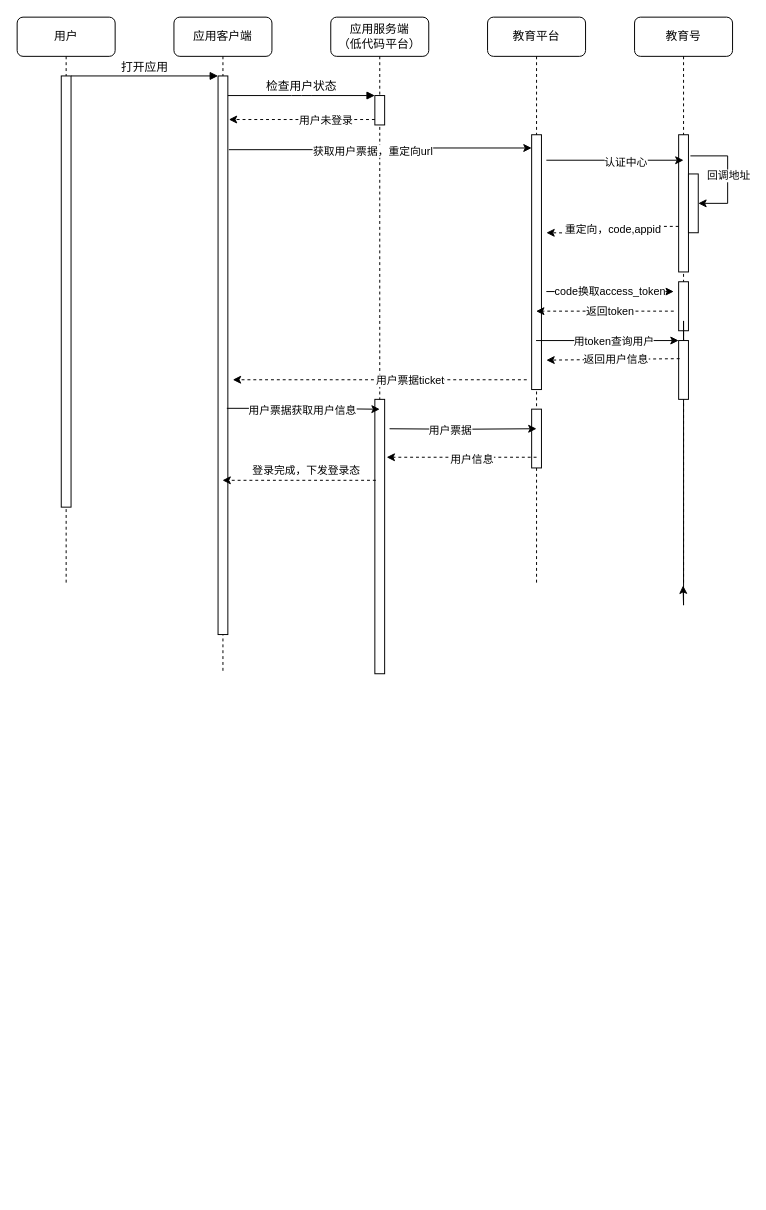
This is 低代码应用单点登录流程.drawio from liangdengming/diagrams, a draw.io file, before an edit. Source tidied: cells renumbered, new cells numbered last; positions are measured from the earlier drawing's top-left corner, leaving out a move shared by most shapes. Both pictures are drawn from the tidied source at 98%, with x=0, y=0 at pixel (17, 17).
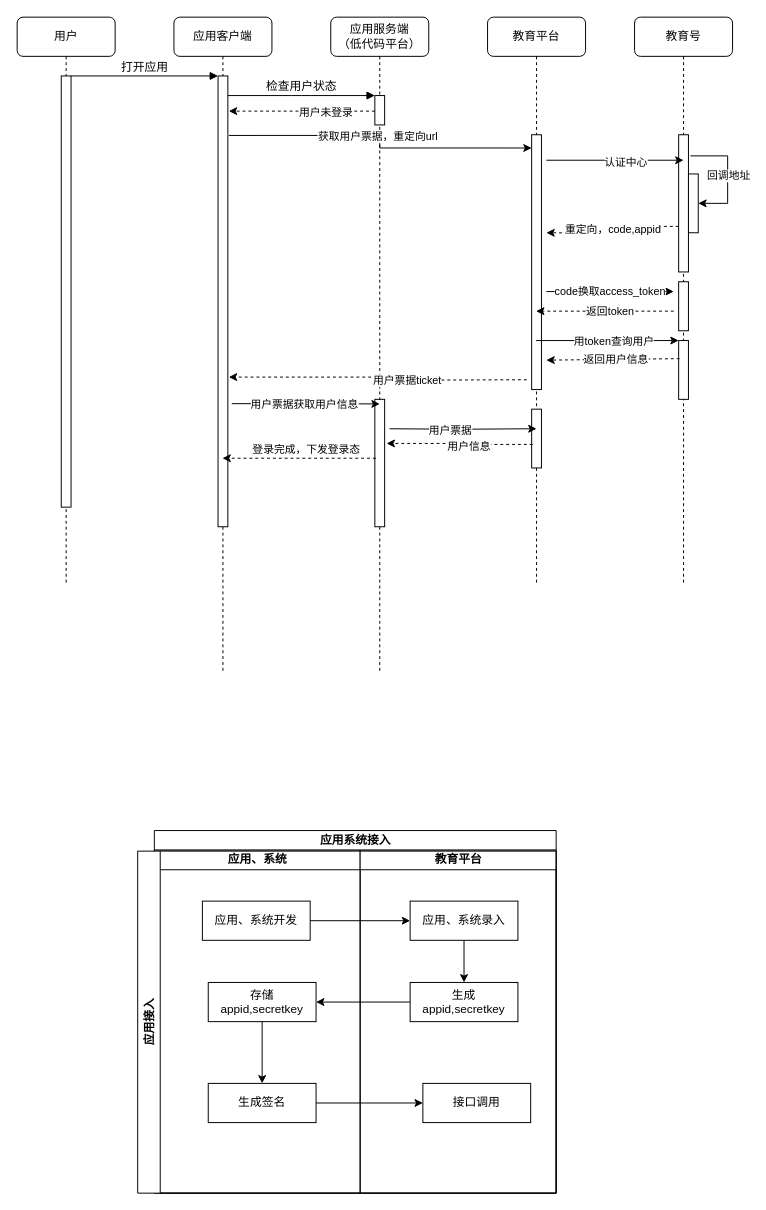
Above is the later version.

Commit message:
更新低代码应用单点登录流程.drawio

Unchanged cells that the change refers to:
```xml
<mxCell id="2" value="应用客户端" style="shape=umlLifeline;perimeter=lifelinePerimeter;whiteSpace=wrap;html=1;outlineConnect=0;rounded=1;shadow=0;comic=0;labelBackgroundColor=none;strokeWidth=1;fontFamily=Verdana;fontSize=12;align=center;" parent="1" vertex="1">
  <mxGeometry x="160" width="100" height="670" as="geometry" />
</mxCell>
<mxCell id="5" value="应用服务端&lt;br style=&quot;border-color: var(--border-color);&quot;&gt;（低代码平台）" style="shape=umlLifeline;perimeter=lifelinePerimeter;whiteSpace=wrap;html=1;outlineConnect=0;rounded=1;shadow=0;comic=0;labelBackgroundColor=none;strokeWidth=1;fontFamily=Verdana;fontSize=12;align=center;" parent="1" vertex="1">
  <mxGeometry x="320" width="100" height="670" as="geometry" />
</mxCell>
<mxCell id="13" style="html=1;points=[];perimeter=orthogonalPerimeter;rounded=0;shadow=0;comic=0;labelBackgroundColor=none;strokeWidth=1;fontFamily=Verdana;fontSize=12;align=center;" parent="10" vertex="1">
  <mxGeometry x="45" y="400" width="10" height="60" as="geometry" />
</mxCell>
<mxCell id="18" value="教育号" style="shape=umlLifeline;perimeter=lifelinePerimeter;whiteSpace=wrap;html=1;outlineConnect=0;rounded=1;shadow=0;comic=0;labelBackgroundColor=none;strokeWidth=1;fontFamily=Verdana;fontSize=12;align=center;" parent="1" vertex="1">
  <mxGeometry x="630" width="100" height="580" as="geometry" />
</mxCell>
<mxCell id="27" style="html=1;points=[];perimeter=orthogonalPerimeter;rounded=0;shadow=0;comic=0;labelBackgroundColor=none;strokeWidth=1;fontFamily=Verdana;fontSize=12;align=center;" parent="18" vertex="1">
  <mxGeometry x="45" y="330" width="10" height="60" as="geometry" />
</mxCell>
```

Diff of the diagram source:
```diff
@@
     <mxCell id="4" style="html=1;points=[];perimeter=orthogonalPerimeter;rounded=0;shadow=0;comic=0;labelBackgroundColor=none;strokeWidth=1;fontFamily=Verdana;fontSize=12;align=center;" parent="2" vertex="1">
-      <mxGeometry x="45" y="60" width="10" height="570" as="geometry" />
+      <mxGeometry x="45" y="60" width="10" height="460" as="geometry" />
     </mxCell>
@@
     <mxCell id="9" style="html=1;points=[];perimeter=orthogonalPerimeter;rounded=0;shadow=0;comic=0;labelBackgroundColor=none;strokeWidth=1;fontFamily=Verdana;fontSize=12;align=center;" parent="5" vertex="1">
-      <mxGeometry x="45" y="390" width="10" height="280" as="geometry" />
+      <mxGeometry x="45" y="390" width="10" height="130" as="geometry" />
     </mxCell>
@@
-    <mxCell id="26" style="edgeStyle=orthogonalEdgeStyle;rounded=0;jettySize=auto;html=1;" parent="18" edge="1" source="27" target="18">
-      <mxGeometry relative="1" as="geometry" />
-    </mxCell>
@@
-    <mxCell id="35" style="rounded=0;jettySize=auto;html=1;elbow=vertical;dashed=1;exitX=0.1;exitY=0.295;exitDx=0;exitDy=0;exitPerimeter=0;" parent="1" edge="1" source="9" target="2">
+    <mxCell id="35" style="rounded=0;jettySize=auto;html=1;elbow=vertical;dashed=1;exitX=0.1;exitY=0.462;exitDx=0;exitDy=0;exitPerimeter=0;" parent="1" edge="1" source="9" target="2">
       <mxGeometry relative="1" as="geometry" />
     </mxCell>
@@
-    <mxCell id="40" style="edgeStyle=orthogonalEdgeStyle;rounded=0;orthogonalLoop=1;jettySize=auto;html=1;dashed=1;" parent="1" edge="1">
+    <mxCell id="40" style="edgeStyle=orthogonalEdgeStyle;rounded=0;jettySize=auto;html=1;dashed=1;entryX=1.1;entryY=0.668;entryDx=0;entryDy=0;entryPerimeter=0;" parent="1" edge="1" target="4">
       <mxGeometry relative="1" as="geometry">
         <mxPoint x="520" y="370" as="sourcePoint" />
-        <mxPoint x="220" y="370" as="targetPoint" />
       </mxGeometry>
     </mxCell>
@@
-    <mxCell id="46" style="edgeStyle=orthogonalEdgeStyle;rounded=0;jettySize=auto;html=1;entryX=0.5;entryY=0.036;entryDx=0;entryDy=0;entryPerimeter=0;exitX=0.9;exitY=0.595;exitDx=0;exitDy=0;exitPerimeter=0;" parent="1" edge="1" source="4" target="9">
+    <mxCell id="46" style="edgeStyle=orthogonalEdgeStyle;rounded=0;jettySize=auto;html=1;entryX=0.5;entryY=0.036;entryDx=0;entryDy=0;entryPerimeter=0;exitX=1.4;exitY=0.727;exitDx=0;exitDy=0;exitPerimeter=0;" parent="1" edge="1" source="4" target="9">
       <mxGeometry relative="1" as="geometry" />
     </mxCell>
@@
-    <mxCell id="50" style="edgeStyle=orthogonalEdgeStyle;rounded=0;jettySize=auto;html=1;entryX=1.2;entryY=0.211;entryDx=0;entryDy=0;entryPerimeter=0;exitX=0.5;exitY=0.818;exitDx=0;exitDy=0;exitPerimeter=0;dashed=1;" parent="1" edge="1" source="13" target="9">
+    <mxCell id="50" style="edgeStyle=orthogonalEdgeStyle;rounded=0;jettySize=auto;html=1;exitX=0.1;exitY=0.6;exitDx=0;exitDy=0;exitPerimeter=0;dashed=1;entryX=1.2;entryY=0.346;entryDx=0;entryDy=0;entryPerimeter=0;" parent="1" edge="1" source="13" target="9">
       <mxGeometry relative="1" as="geometry" />
     </mxCell>
@@
+    <mxCell id="52" value="应用系统接入" style="swimlane;startSize=20;html=1;" parent="1" vertex="1">
+      <mxGeometry x="140" y="830" width="410" height="370" as="geometry" />
+    </mxCell>
+    <mxCell id="53" value="应用、系统" style="swimlane;startSize=20;html=1;" parent="52" vertex="1">
+      <mxGeometry y="20" width="210" height="350" as="geometry" />
+    </mxCell>
+    <mxCell id="54" value="教育平台" style="swimlane;startSize=20;html=1;" parent="52" vertex="1">
+      <mxGeometry x="210" y="20" width="200" height="350" as="geometry" />
+    </mxCell>
+    <mxCell id="55" value="应用接入" style="swimlane;horizontal=0;whiteSpace=wrap;html=1;" parent="1" vertex="1">
+      <mxGeometry x="123" y="851" width="427" height="349" as="geometry" />
+    </mxCell>
+    <mxCell id="56" value="应用、系统开发" style="rounded=0;whiteSpace=wrap;html=1;" parent="55" vertex="1">
+      <mxGeometry x="66" y="51" width="110" height="40" as="geometry" />
+    </mxCell>
+    <mxCell id="57" value="应用、系统录入" style="rounded=0;whiteSpace=wrap;html=1;" parent="55" vertex="1">
+      <mxGeometry x="278" y="51" width="110" height="40" as="geometry" />
+    </mxCell>
+    <mxCell id="58" style="edgeStyle=orthogonalEdgeStyle;rounded=0;jettySize=auto;html=1;entryX=0;entryY=0.5;entryDx=0;entryDy=0;" parent="55" edge="1" source="56" target="57">
+      <mxGeometry relative="1" as="geometry" />
+    </mxCell>
+    <mxCell id="59" value="生成appid,secretkey" style="rounded=0;whiteSpace=wrap;html=1;" parent="55" vertex="1">
+      <mxGeometry x="278" y="134" width="110" height="40" as="geometry" />
+    </mxCell>
+    <mxCell id="60" style="edgeStyle=orthogonalEdgeStyle;rounded=0;jettySize=auto;html=1;" parent="55" edge="1" source="57" target="59">
+      <mxGeometry relative="1" as="geometry" />
+    </mxCell>
+    <mxCell id="61" value="存储appid,secretkey" style="rounded=0;whiteSpace=wrap;html=1;" parent="55" vertex="1">
+      <mxGeometry x="72" y="134" width="110" height="40" as="geometry" />
+    </mxCell>
+    <mxCell id="62" style="edgeStyle=orthogonalEdgeStyle;rounded=0;jettySize=auto;html=1;entryX=1;entryY=0.5;entryDx=0;entryDy=0;" parent="55" edge="1" source="59" target="61">
+      <mxGeometry relative="1" as="geometry" />
+    </mxCell>
+    <mxCell id="63" value="生成签名" style="rounded=0;whiteSpace=wrap;html=1;" parent="55" vertex="1">
+      <mxGeometry x="72" y="237" width="110" height="40" as="geometry" />
+    </mxCell>
+    <mxCell id="64" style="edgeStyle=orthogonalEdgeStyle;rounded=0;jettySize=auto;html=1;" parent="55" edge="1" source="61" target="63">
+      <mxGeometry relative="1" as="geometry" />
+    </mxCell>
+    <mxCell id="65" value="接口调用" style="rounded=0;whiteSpace=wrap;html=1;" parent="55" vertex="1">
+      <mxGeometry x="291" y="237" width="110" height="40" as="geometry" />
+    </mxCell>
+    <mxCell id="66" style="edgeStyle=orthogonalEdgeStyle;rounded=0;jettySize=auto;html=1;" parent="55" edge="1" source="63" target="65">
+      <mxGeometry relative="1" as="geometry" />
+    </mxCell>
```
